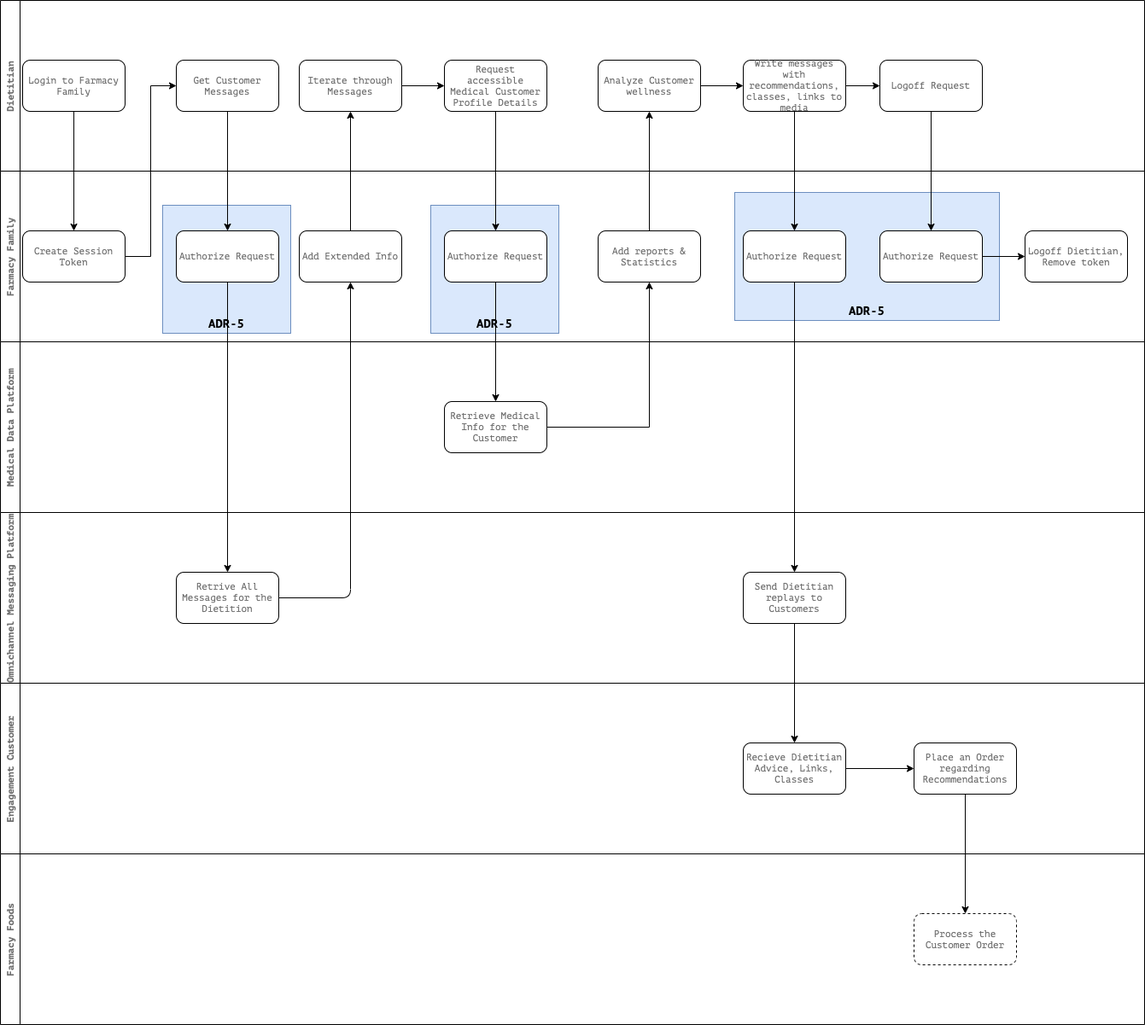
The draw.io diagram Images/Dietitian_CJM.png in sakosy/arch_katas_2021, before a commit. Source tidied: cells renumbered, new cells last; positions are measured from the earlier drawing's top-left corner, leaving out a move shared by most shapes.
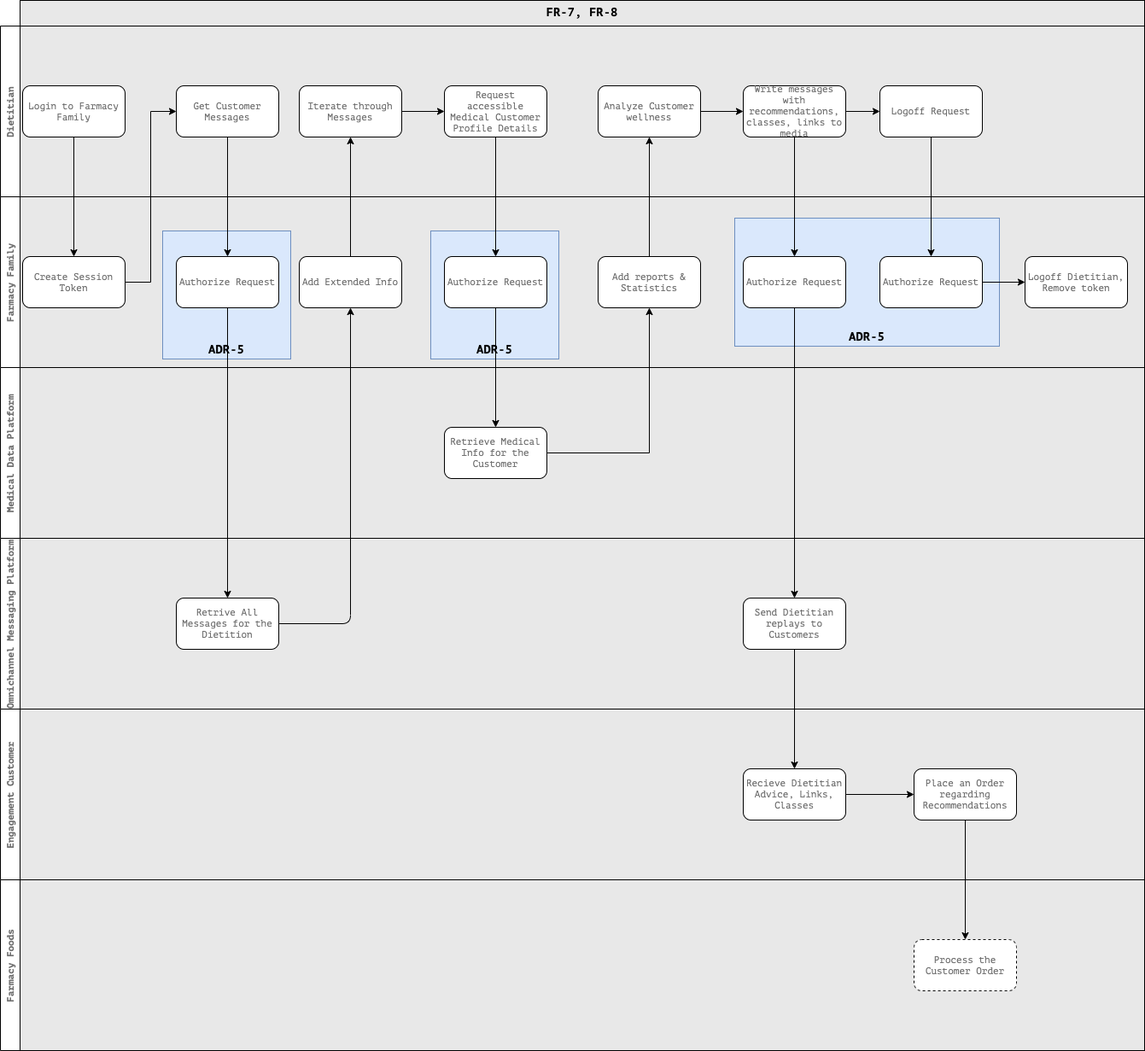
Later version of the same file.

Commit message:
Added links to FR to Dietian CJM Diagram

Change to the diagram source:
```diff
@@ -2,6 +2,9 @@
   <root>
     <mxCell id="0" />
     <mxCell id="1" parent="0" />
+    <mxCell id="56" value="FR-7,&amp;nbsp;FR-8" style="rounded=0;whiteSpace=wrap;html=1;fontFamily=PT Mono;fontSize=14;fillColor=#E8E8E8;verticalAlign=top;fontStyle=1;" parent="1" vertex="1">
+      <mxGeometry x="23" y="-30" width="1317" height="1230" as="geometry" />
+    </mxCell>
     <mxCell id="2" value="Medical Data Platform" style="swimlane;horizontal=0;fontFamily=PT Mono;fontSize=11;fontColor=#707070;" parent="1" vertex="1">
       <mxGeometry y="400" width="1340" height="200" as="geometry" />
     </mxCell>
```
